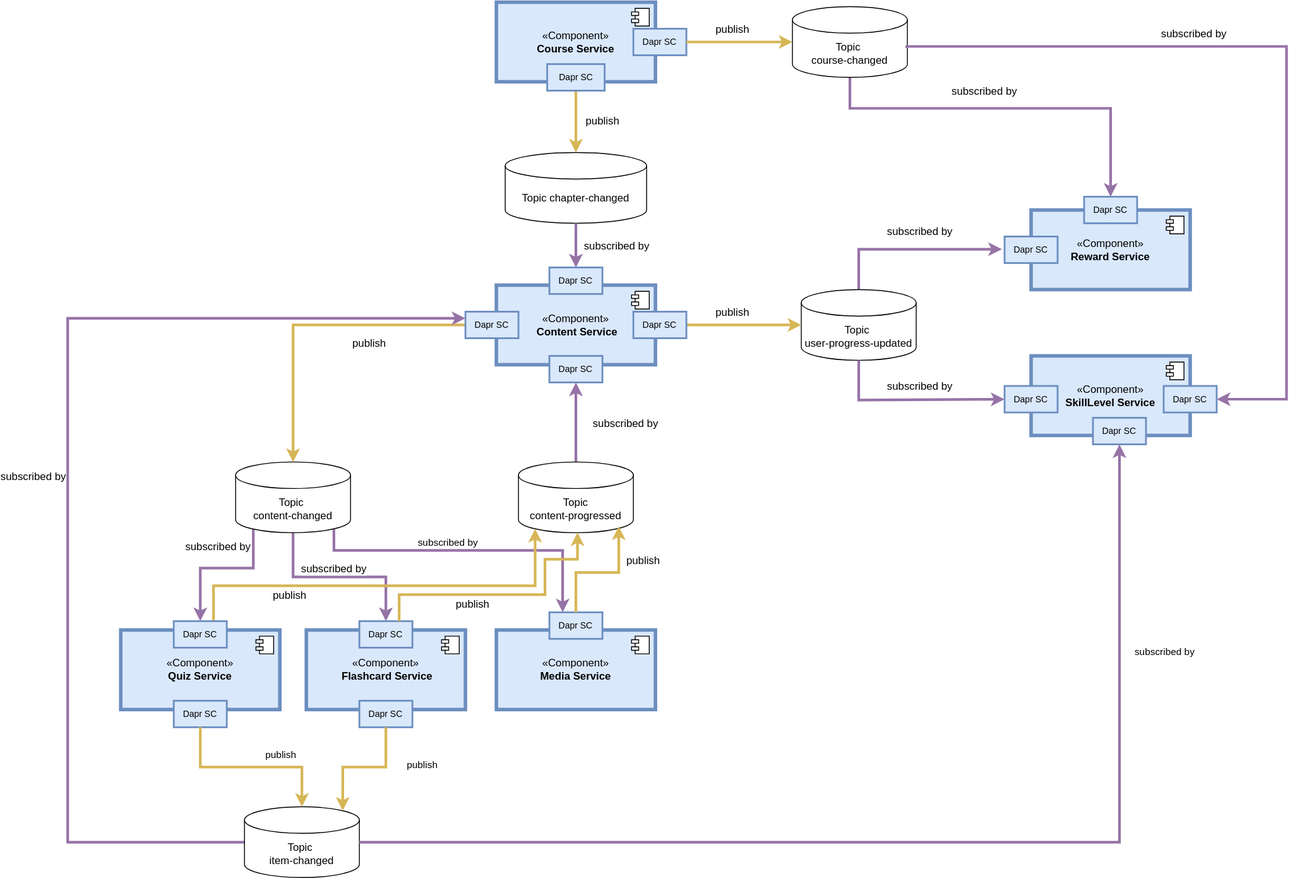
This is dev-manuals/backend/dapr/topics.drawio.svg from MEITREX/wiki, a draw.io export, as it was before one commit. Source tidied: cells renumbered, new cells last; positions are measured from the earlier drawing's top-left corner, leaving out a move shared by most shapes.
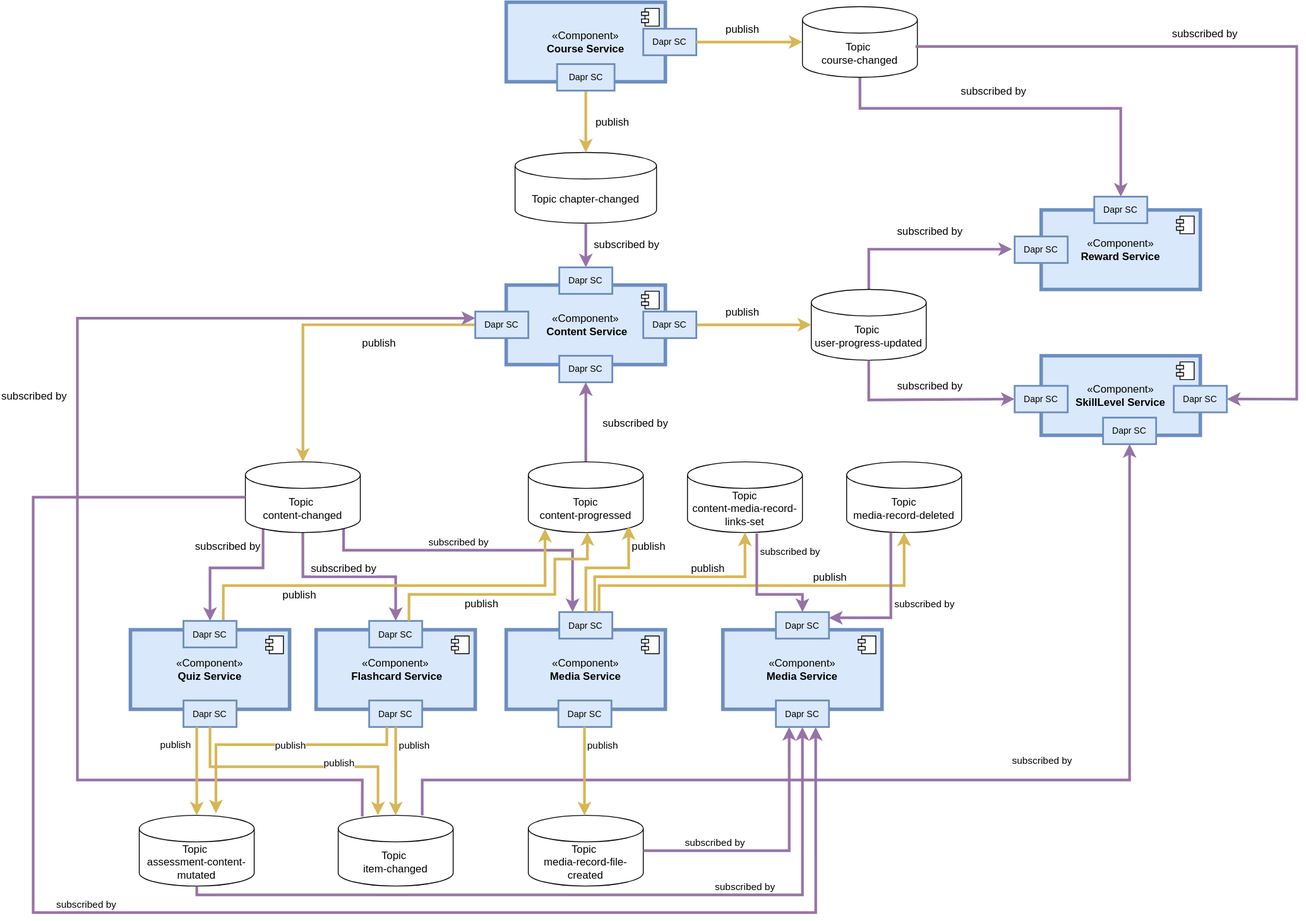
Later version of the same file.

Commit message:
Update dapr topics diagram

What changed in the source:
```diff
@@ -242,11 +242,16 @@
       <mxGeometry x="545" y="690" width="60" height="30" as="geometry" />
     </mxCell>
     <mxCell id="58" style="edgeStyle=orthogonalEdgeStyle;rounded=0;jettySize=auto;html=1;entryX=0.873;entryY=0.91;entryDx=0;entryDy=0;entryPerimeter=0;fillColor=#fff2cc;strokeColor=#d6b656;strokeWidth=3;" parent="1" edge="1" source="57" target="21">
-      <mxGeometry relative="1" as="geometry" />
+      <mxGeometry relative="1" as="geometry">
+        <Array as="points">
+          <mxPoint x="575" y="640" />
+          <mxPoint x="624" y="640" />
+        </Array>
+      </mxGeometry>
     </mxCell>
     <mxCell id="59" value="&lt;font style=&quot;font-size: 12px;&quot;&gt;publish&lt;/font&gt;" style="edgeLabel;html=1;align=center;verticalAlign=middle;fontSize=12;" parent="58" vertex="1">
       <mxGeometry x="-0.25" y="1" relative="1" as="geometry">
-        <mxPoint x="65" y="-13" as="offset" />
+        <mxPoint x="66" y="-24" as="offset" />
       </mxGeometry>
     </mxCell>
     <mxCell id="60" value="&lt;font style=&quot;font-size: 10px;&quot;&gt;Dapr SC&lt;/font&gt;" style="rounded=0;whiteSpace=wrap;html=1;fillColor=#dae8fc;strokeColor=#6c8ebf;strokeWidth=2;" parent="1" vertex="1">
@@ -283,21 +288,22 @@
         <mxPoint y="11" as="offset" />
       </mxGeometry>
     </mxCell>
-    <mxCell id="66" style="edgeStyle=orthogonalEdgeStyle;rounded=0;jettySize=auto;html=1;entryX=0;entryY=0.25;entryDx=0;entryDy=0;fillColor=#e1d5e7;strokeColor=#9673a6;strokeWidth=3;" parent="1" edge="1" source="68" target="44">
+    <mxCell id="66" style="edgeStyle=orthogonalEdgeStyle;rounded=0;jettySize=auto;html=1;entryX=0;entryY=0.25;entryDx=0;entryDy=0;fillColor=#e1d5e7;strokeColor=#9673a6;strokeWidth=3;exitX=0.209;exitY=0.016;exitDx=0;exitDy=0;exitPerimeter=0;" parent="1" edge="1" source="68" target="44">
       <mxGeometry relative="1" as="geometry">
         <Array as="points">
-          <mxPoint y="950" />
-          <mxPoint y="357" />
+          <mxPoint x="322" y="880" />
+          <mxPoint y="880" />
+          <mxPoint y="358" />
         </Array>
       </mxGeometry>
     </mxCell>
     <mxCell id="67" value="subscribed by" style="edgeLabel;html=1;align=center;verticalAlign=middle;fontSize=12;" parent="66" vertex="1">
       <mxGeometry x="-0.01" y="-2" relative="1" as="geometry">
-        <mxPoint x="-42" as="offset" />
+        <mxPoint x="-52" y="-138" as="offset" />
       </mxGeometry>
     </mxCell>
     <mxCell id="68" value="&lt;div&gt;&lt;div&gt;Topic&amp;nbsp;&lt;/div&gt;&lt;div&gt;item-changed&lt;/div&gt;&lt;/div&gt;" style="shape=cylinder3;whiteSpace=wrap;html=1;boundedLbl=1;backgroundOutline=1;size=15;" parent="1" vertex="1">
-      <mxGeometry x="200" y="910" width="130" height="80" as="geometry" />
+      <mxGeometry x="295" y="920" width="130" height="80" as="geometry" />
     </mxCell>
     <mxCell id="69" value="&lt;font style=&quot;font-size: 10px;&quot;&gt;Dapr SC&lt;/font&gt;" style="rounded=0;whiteSpace=wrap;html=1;fillColor=#dae8fc;strokeColor=#6c8ebf;strokeWidth=2;" parent="1" vertex="1">
       <mxGeometry x="120" y="790" width="60" height="30" as="geometry" />
@@ -305,32 +311,204 @@
     <mxCell id="70" value="&lt;font style=&quot;font-size: 10px;&quot;&gt;Dapr SC&lt;/font&gt;" style="rounded=0;whiteSpace=wrap;html=1;fillColor=#dae8fc;strokeColor=#6c8ebf;strokeWidth=2;" parent="1" vertex="1">
       <mxGeometry x="1160" y="470" width="60" height="30" as="geometry" />
     </mxCell>
-    <mxCell id="71" style="edgeStyle=orthogonalEdgeStyle;rounded=0;jettySize=auto;html=1;exitX=0.5;exitY=1;exitDx=0;exitDy=0;entryX=0.5;entryY=0;entryDx=0;entryDy=0;entryPerimeter=0;fillColor=#fff2cc;strokeColor=#d6b656;strokeWidth=3;" parent="1" edge="1" source="69" target="68">
-      <mxGeometry relative="1" as="geometry" />
+    <mxCell id="71" style="edgeStyle=orthogonalEdgeStyle;rounded=0;jettySize=auto;html=1;exitX=0.5;exitY=1;exitDx=0;exitDy=0;fillColor=#fff2cc;strokeColor=#d6b656;strokeWidth=3;entryX=0.346;entryY=-0.001;entryDx=0;entryDy=0;entryPerimeter=0;" parent="1" edge="1" source="69" target="68">
+      <mxGeometry relative="1" as="geometry">
+        <Array as="points">
+          <mxPoint x="150" y="865" />
+          <mxPoint x="340" y="865" />
+        </Array>
+      </mxGeometry>
     </mxCell>
     <mxCell id="72" value="publish" style="edgeLabel;html=1;align=center;verticalAlign=middle;" parent="71" vertex="1">
       <mxGeometry x="0.13" y="-4" relative="1" as="geometry">
-        <mxPoint x="19" y="-19" as="offset" />
+        <mxPoint x="26" y="-9" as="offset" />
       </mxGeometry>
     </mxCell>
-    <mxCell id="73" style="edgeStyle=orthogonalEdgeStyle;rounded=0;jettySize=auto;html=1;entryX=0.5;entryY=1;entryDx=0;entryDy=0;fillColor=#e1d5e7;strokeColor=#9673a6;strokeWidth=3;" parent="1" edge="1" source="68" target="70">
-      <mxGeometry relative="1" as="geometry" />
+    <mxCell id="73" style="edgeStyle=orthogonalEdgeStyle;rounded=0;jettySize=auto;html=1;entryX=0.5;entryY=1;entryDx=0;entryDy=0;fillColor=#e1d5e7;strokeColor=#9673a6;strokeWidth=3;" parent="1" edge="1" target="70">
+      <mxGeometry relative="1" as="geometry">
+        <mxPoint x="390" y="920" as="sourcePoint" />
+        <Array as="points">
+          <mxPoint x="390" y="920" />
+          <mxPoint x="390" y="880" />
+          <mxPoint x="1190" y="880" />
+        </Array>
+      </mxGeometry>
     </mxCell>
     <mxCell id="74" value="subscribed by" style="edgeLabel;html=1;align=center;verticalAlign=middle;" parent="73" vertex="1">
       <mxGeometry x="0.64" y="3" relative="1" as="geometry">
-        <mxPoint x="53" y="1" as="offset" />
+        <mxPoint x="-97" y="140" as="offset" />
       </mxGeometry>
     </mxCell>
     <mxCell id="75" value="&lt;font style=&quot;font-size: 10px;&quot;&gt;Dapr SC&lt;/font&gt;" style="rounded=0;whiteSpace=wrap;html=1;fillColor=#dae8fc;strokeColor=#6c8ebf;strokeWidth=2;" parent="1" vertex="1">
       <mxGeometry x="330" y="790" width="60" height="30" as="geometry" />
     </mxCell>
-    <mxCell id="76" style="edgeStyle=orthogonalEdgeStyle;rounded=0;jettySize=auto;html=1;entryX=0.855;entryY=0;entryDx=0;entryDy=4.35;entryPerimeter=0;fillColor=#fff2cc;strokeColor=#d6b656;strokeWidth=3;" parent="1" edge="1" source="75" target="68">
+    <mxCell id="76" style="edgeStyle=orthogonalEdgeStyle;rounded=0;jettySize=auto;html=1;fillColor=#fff2cc;strokeColor=#d6b656;strokeWidth=3;entryX=0.5;entryY=0;entryDx=0;entryDy=0;entryPerimeter=0;" parent="1" edge="1" source="75" target="68">
       <mxGeometry relative="1" as="geometry" />
     </mxCell>
     <mxCell id="77" value="publish" style="edgeLabel;html=1;align=center;verticalAlign=middle;" parent="76" vertex="1">
       <mxGeometry x="-0.03" y="-3" relative="1" as="geometry">
-        <mxPoint x="65" as="offset" />
+        <mxPoint x="23" y="-28" as="offset" />
       </mxGeometry>
     </mxCell>
+    <mxCell id="78" value="Topic&lt;div&gt;content-media-record-links-set&lt;/div&gt;" style="shape=cylinder3;whiteSpace=wrap;html=1;boundedLbl=1;backgroundOutline=1;size=15;" parent="1" vertex="1">
+      <mxGeometry x="690" y="520" width="130" height="80" as="geometry" />
+    </mxCell>
+    <mxCell id="79" style="edgeStyle=orthogonalEdgeStyle;rounded=0;jettySize=auto;html=1;entryX=0.5;entryY=1;entryDx=0;entryDy=0;entryPerimeter=0;fillColor=#fff2cc;strokeColor=#d6b656;strokeWidth=3;exitX=0.667;exitY=-0.022;exitDx=0;exitDy=0;exitPerimeter=0;" parent="1" edge="1" source="57" target="78">
+      <mxGeometry relative="1" as="geometry">
+        <Array as="points">
+          <mxPoint x="585" y="650" />
+          <mxPoint x="755" y="650" />
+        </Array>
+      </mxGeometry>
+    </mxCell>
+    <mxCell id="80" value="&lt;font style=&quot;font-size: 12px;&quot;&gt;publish&lt;/font&gt;" style="edgeLabel;html=1;align=center;verticalAlign=middle;fontSize=12;" parent="79" vertex="1">
+      <mxGeometry x="-0.25" y="1" relative="1" as="geometry">
+        <mxPoint x="70" y="-9" as="offset" />
+      </mxGeometry>
+    </mxCell>
+    <mxCell id="81" value="Topic&lt;div&gt;media-record-deleted&lt;/div&gt;" style="shape=cylinder3;whiteSpace=wrap;html=1;boundedLbl=1;backgroundOutline=1;size=15;" parent="1" vertex="1">
+      <mxGeometry x="870" y="520" width="130" height="80" as="geometry" />
+    </mxCell>
+    <mxCell id="82" style="edgeStyle=orthogonalEdgeStyle;rounded=0;jettySize=auto;html=1;entryX=0.5;entryY=1;entryDx=0;entryDy=0;entryPerimeter=0;fillColor=#fff2cc;strokeColor=#d6b656;strokeWidth=3;exitX=0.75;exitY=0;exitDx=0;exitDy=0;" parent="1" edge="1" source="57" target="81">
+      <mxGeometry relative="1" as="geometry">
+        <Array as="points">
+          <mxPoint x="590" y="660" />
+          <mxPoint x="935" y="660" />
+        </Array>
+      </mxGeometry>
+    </mxCell>
+    <mxCell id="83" value="&lt;font style=&quot;font-size: 12px;&quot;&gt;publish&lt;/font&gt;" style="edgeLabel;html=1;align=center;verticalAlign=middle;fontSize=12;" parent="82" vertex="1">
+      <mxGeometry x="-0.25" y="1" relative="1" as="geometry">
+        <mxPoint x="128" y="-9" as="offset" />
+      </mxGeometry>
+    </mxCell>
+    <mxCell id="84" value="&lt;div&gt;&lt;div&gt;Topic&amp;nbsp;&lt;/div&gt;&lt;div&gt;assessment-content-mutated&lt;br&gt;&lt;/div&gt;&lt;/div&gt;" style="shape=cylinder3;whiteSpace=wrap;html=1;boundedLbl=1;backgroundOutline=1;size=15;" parent="1" vertex="1">
+      <mxGeometry x="70" y="920" width="130" height="80" as="geometry" />
+    </mxCell>
+    <mxCell id="85" style="edgeStyle=orthogonalEdgeStyle;rounded=0;jettySize=auto;html=1;exitX=0.25;exitY=1;exitDx=0;exitDy=0;fillColor=#fff2cc;strokeColor=#d6b656;strokeWidth=3;entryX=0.5;entryY=0;entryDx=0;entryDy=0;entryPerimeter=0;" parent="1" edge="1" source="69" target="84">
+      <mxGeometry relative="1" as="geometry">
+        <Array as="points">
+          <mxPoint x="135" y="900" />
+          <mxPoint x="135" y="900" />
+        </Array>
+      </mxGeometry>
+    </mxCell>
+    <mxCell id="86" value="publish" style="edgeLabel;html=1;align=center;verticalAlign=middle;" parent="85" vertex="1">
+      <mxGeometry x="0.13" y="-4" relative="1" as="geometry">
+        <mxPoint x="-21" y="-37" as="offset" />
+      </mxGeometry>
+    </mxCell>
+    <mxCell id="87" style="edgeStyle=orthogonalEdgeStyle;rounded=0;jettySize=auto;html=1;fillColor=#fff2cc;strokeColor=#d6b656;strokeWidth=3;entryX=0.667;entryY=-0.029;entryDx=0;entryDy=0;entryPerimeter=0;" parent="1" edge="1" target="84">
+      <mxGeometry relative="1" as="geometry">
+        <mxPoint x="350" y="820" as="sourcePoint" />
+        <Array as="points">
+          <mxPoint x="350" y="840" />
+          <mxPoint x="157" y="840" />
+        </Array>
+      </mxGeometry>
+    </mxCell>
+    <mxCell id="88" value="publish" style="edgeLabel;html=1;align=center;verticalAlign=middle;" parent="87" vertex="1">
+      <mxGeometry x="-0.03" y="-3" relative="1" as="geometry">
+        <mxPoint x="12" y="3" as="offset" />
+      </mxGeometry>
+    </mxCell>
+    <mxCell id="89" value="«Component»&lt;div&gt;&lt;b&gt;Media Service&lt;/b&gt;&lt;/div&gt;" style="html=1;whiteSpace=wrap;fillColor=#dae8fc;strokeColor=#6c8ebf;strokeWidth=4;" parent="1" vertex="1">
+      <mxGeometry x="730" y="710" width="180" height="90" as="geometry" />
+    </mxCell>
+    <mxCell id="90" style="shape=module;jettyWidth=8;jettyHeight=4;" parent="89" vertex="1">
+      <mxGeometry x="1" width="20" height="20" relative="1" as="geometry">
+        <mxPoint x="-27" y="7" as="offset" />
+      </mxGeometry>
+    </mxCell>
+    <mxCell id="91" value="&lt;font style=&quot;font-size: 10px;&quot;&gt;Dapr SC&lt;/font&gt;" style="rounded=0;whiteSpace=wrap;html=1;fillColor=#dae8fc;strokeColor=#6c8ebf;strokeWidth=2;" parent="1" vertex="1">
+      <mxGeometry x="790" y="690" width="60" height="30" as="geometry" />
+    </mxCell>
+    <mxCell id="92" value="&lt;font style=&quot;font-size: 10px;&quot;&gt;Dapr SC&lt;/font&gt;" style="rounded=0;whiteSpace=wrap;html=1;fillColor=#dae8fc;strokeColor=#6c8ebf;strokeWidth=2;" parent="1" vertex="1">
+      <mxGeometry x="790" y="790" width="60" height="30" as="geometry" />
+    </mxCell>
+    <mxCell id="93" style="edgeStyle=orthogonalEdgeStyle;rounded=0;jettySize=auto;html=1;exitX=0.603;exitY=1.013;exitDx=0;exitDy=0;exitPerimeter=0;entryX=0.5;entryY=0;entryDx=0;entryDy=0;fillColor=#e1d5e7;strokeColor=#9673a6;strokeWidth=3;" parent="1" edge="1" source="78" target="91">
+      <mxGeometry relative="1" as="geometry">
+        <Array as="points">
+          <mxPoint x="768" y="670" />
+          <mxPoint x="820" y="670" />
+        </Array>
+      </mxGeometry>
+    </mxCell>
+    <mxCell id="94" value="subscribed by" style="edgeLabel;html=1;align=center;verticalAlign=middle;" parent="93" vertex="1">
+      <mxGeometry x="-0.07" y="-1" relative="1" as="geometry">
+        <mxPoint x="38" y="-46" as="offset" />
+      </mxGeometry>
+    </mxCell>
+    <mxCell id="95" style="edgeStyle=orthogonalEdgeStyle;rounded=0;orthogonalLoop=1;jettySize=auto;html=1;exitX=0.603;exitY=1.013;exitDx=0;exitDy=0;exitPerimeter=0;entryX=1;entryY=0.25;entryDx=0;entryDy=0;fillColor=#e1d5e7;strokeColor=#9673a6;strokeWidth=3;" parent="1" edge="1">
+      <mxGeometry relative="1" as="geometry">
+        <mxPoint x="920" y="600" as="sourcePoint" />
+        <mxPoint x="850" y="696.5" as="targetPoint" />
+        <Array as="points">
+          <mxPoint x="920" y="697" />
+        </Array>
+      </mxGeometry>
+    </mxCell>
+    <mxCell id="96" value="subscribed by" style="edgeLabel;html=1;align=center;verticalAlign=middle;" parent="95" vertex="1">
+      <mxGeometry x="-0.07" y="-1" relative="1" as="geometry">
+        <mxPoint x="38" y="3" as="offset" />
+      </mxGeometry>
+    </mxCell>
+    <mxCell id="97" style="edgeStyle=orthogonalEdgeStyle;rounded=0;jettySize=auto;html=1;exitX=0.5;exitY=1;exitDx=0;exitDy=0;exitPerimeter=0;fillColor=#e1d5e7;strokeColor=#9673a6;strokeWidth=3;entryX=0.5;entryY=1;entryDx=0;entryDy=0;" parent="1" edge="1" source="84" target="92">
+      <mxGeometry relative="1" as="geometry">
+        <Array as="points">
+          <mxPoint x="135" y="1010" />
+          <mxPoint x="820" y="1010" />
+        </Array>
+      </mxGeometry>
+    </mxCell>
+    <mxCell id="98" value="subscribed by" style="edgeLabel;html=1;align=center;verticalAlign=middle;" parent="97" vertex="1">
+      <mxGeometry x="-0.07" y="-1" relative="1" as="geometry">
+        <mxPoint x="218" y="-11" as="offset" />
+      </mxGeometry>
+    </mxCell>
+    <mxCell id="99" value="&lt;div&gt;&lt;div&gt;Topic&amp;nbsp;&lt;/div&gt;&lt;/div&gt;&lt;div&gt;media-record-file-created&lt;br&gt;&lt;/div&gt;" style="shape=cylinder3;whiteSpace=wrap;html=1;boundedLbl=1;backgroundOutline=1;size=15;" parent="1" vertex="1">
+      <mxGeometry x="510" y="920" width="130" height="80" as="geometry" />
+    </mxCell>
+    <mxCell id="100" value="&lt;font style=&quot;font-size: 10px;&quot;&gt;Dapr SC&lt;/font&gt;" style="rounded=0;whiteSpace=wrap;html=1;fillColor=#dae8fc;strokeColor=#6c8ebf;strokeWidth=2;" parent="1" vertex="1">
+      <mxGeometry x="544" y="790" width="60" height="30" as="geometry" />
+    </mxCell>
+    <mxCell id="101" style="edgeStyle=orthogonalEdgeStyle;rounded=0;orthogonalLoop=1;jettySize=auto;html=1;fillColor=#fff2cc;strokeColor=#d6b656;strokeWidth=3;entryX=0.5;entryY=0;entryDx=0;entryDy=0;entryPerimeter=0;" parent="1" edge="1">
+      <mxGeometry relative="1" as="geometry">
+        <mxPoint x="573.5" y="820" as="sourcePoint" />
+        <mxPoint x="573.5" y="920" as="targetPoint" />
+      </mxGeometry>
+    </mxCell>
+    <mxCell id="102" value="publish" style="edgeLabel;html=1;align=center;verticalAlign=middle;" parent="101" vertex="1">
+      <mxGeometry x="-0.03" y="-3" relative="1" as="geometry">
+        <mxPoint x="23" y="-28" as="offset" />
+      </mxGeometry>
+    </mxCell>
+    <mxCell id="103" style="edgeStyle=orthogonalEdgeStyle;rounded=0;jettySize=auto;html=1;entryX=0.5;entryY=1;entryDx=0;entryDy=0;fillColor=#e1d5e7;strokeColor=#9673a6;strokeWidth=3;exitX=1;exitY=0.5;exitDx=0;exitDy=0;exitPerimeter=0;" parent="1" edge="1" source="99">
+      <mxGeometry relative="1" as="geometry">
+        <mxPoint x="805" y="820" as="targetPoint" />
+        <Array as="points">
+          <mxPoint x="805" y="960" />
+        </Array>
+      </mxGeometry>
+    </mxCell>
+    <mxCell id="104" value="subscribed by" style="edgeLabel;html=1;align=center;verticalAlign=middle;" parent="103" vertex="1">
+      <mxGeometry x="-0.07" y="-1" relative="1" as="geometry">
+        <mxPoint x="-62" y="-11" as="offset" />
+      </mxGeometry>
+    </mxCell>
+    <mxCell id="105" style="edgeStyle=orthogonalEdgeStyle;rounded=0;jettySize=auto;html=1;entryX=0.75;entryY=1;entryDx=0;entryDy=0;fillColor=#e1d5e7;strokeColor=#9673a6;strokeWidth=3;exitX=0;exitY=0.5;exitDx=0;exitDy=0;exitPerimeter=0;" parent="1" edge="1" source="32" target="92">
+      <mxGeometry relative="1" as="geometry">
+        <Array as="points">
+          <mxPoint x="-50" y="560" />
+          <mxPoint x="-50" y="1030" />
+          <mxPoint x="835" y="1030" />
+        </Array>
+      </mxGeometry>
+    </mxCell>
+    <mxCell id="106" value="subscribed by" style="edgeLabel;html=1;align=center;verticalAlign=middle;" parent="105" vertex="1">
+      <mxGeometry x="-0.07" y="-1" relative="1" as="geometry">
+        <mxPoint x="-69" y="-11" as="offset" />
+      </mxGeometry>
+    </mxCell>
   </root>
 </mxGraphModel>
```
